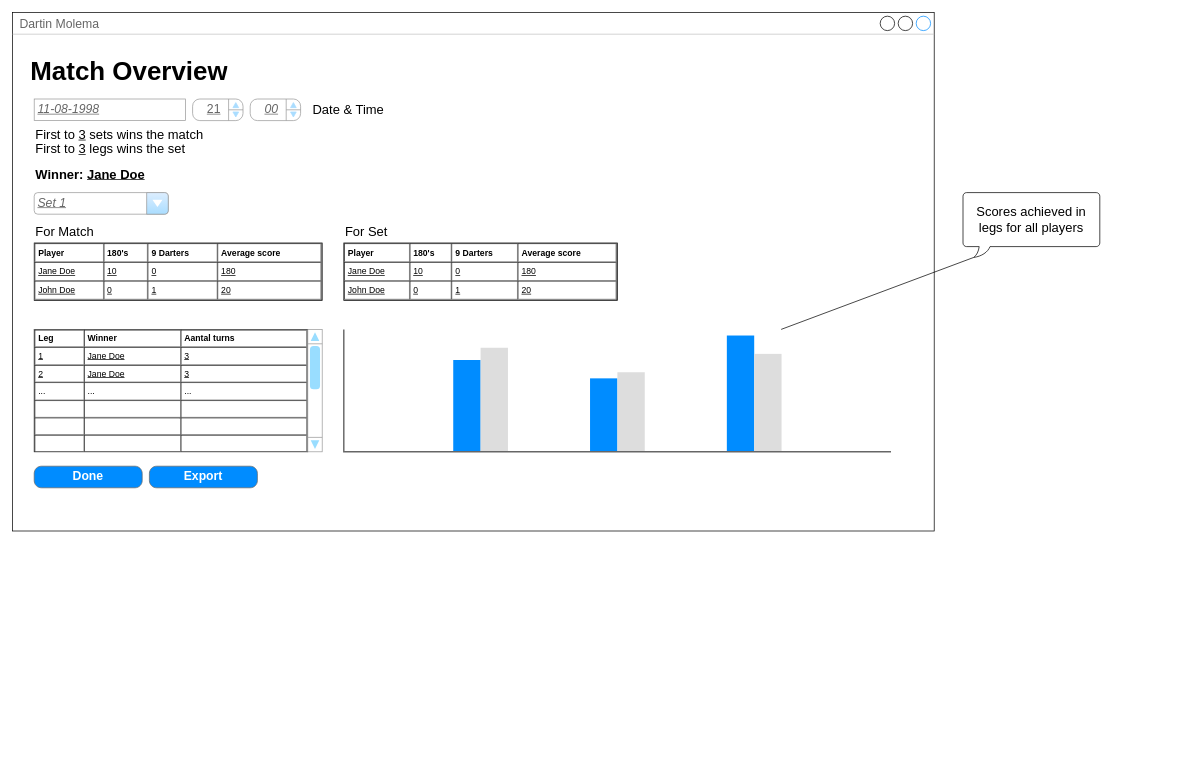
Before: page "Match Overview" (4 of 7) of Documentation/Wireframes/Wireframes.drawio in Keyslam/DartinMolema, a draw.io diagram. Source tidied: cells renumbered, new cells numbered last; positions are measured from the earlier drawing's top-left corner, leaving out a move shared by most shapes. Both pictures are drawn from the tidied source at 72%, with x=0, y=0 at pixel (12, 12).
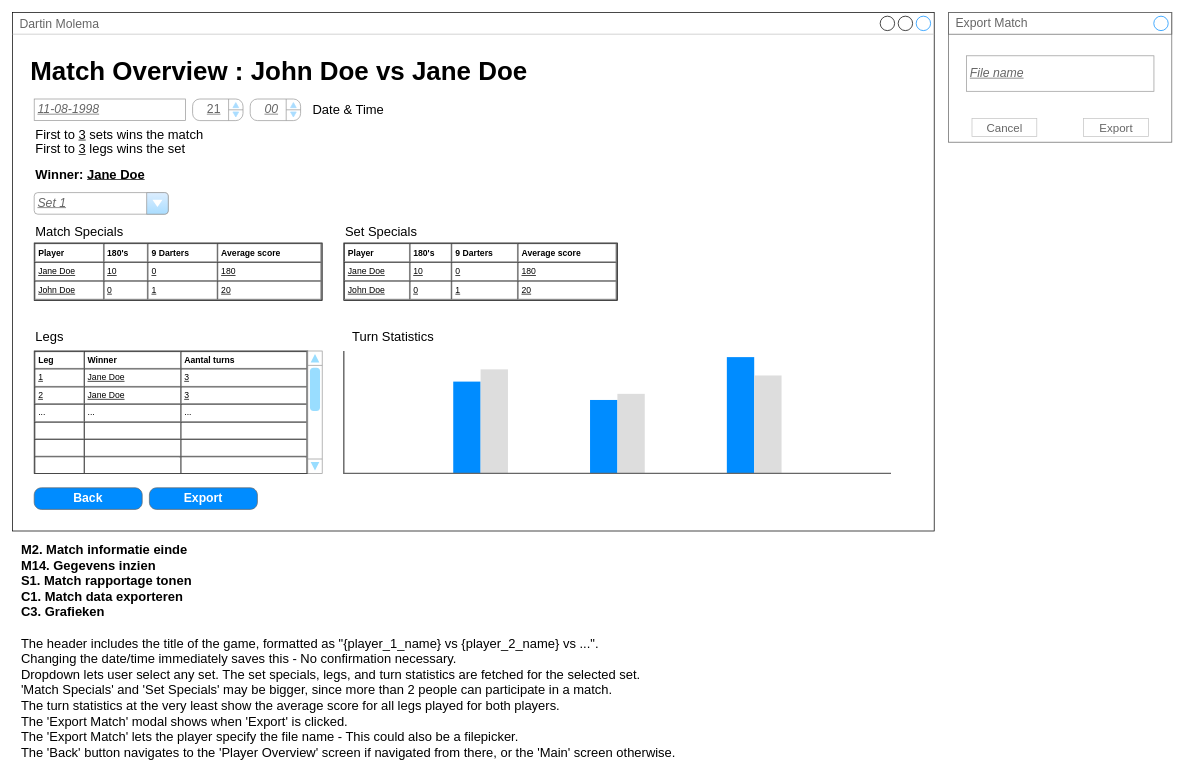
Above is the later version.

Change to the diagram source:
```diff
@@
-    <mxCell id="3" value="&lt;h1&gt;Match Overview&lt;/h1&gt;" style="text;html=1;strokeColor=none;fillColor=none;spacing=5;spacingTop=-20;whiteSpace=wrap;overflow=hidden;rounded=0;fontSize=18;verticalAlign=middle;" parent="1" vertex="1">
+    <mxCell id="3" value="&lt;h1&gt;Match Overview : John Doe vs Jane Doe&lt;/h1&gt;" style="text;html=1;strokeColor=none;fillColor=none;spacing=5;spacingTop=-20;whiteSpace=wrap;overflow=hidden;rounded=0;fontSize=18;verticalAlign=middle;" parent="1" vertex="1">
       <mxGeometry x="20" y="50" width="1240" height="70" as="geometry" />
     </mxCell>
-    <mxCell id="4" value="&lt;b&gt;&lt;br&gt;&lt;/b&gt;" style="text;html=1;strokeColor=none;fillColor=none;align=left;verticalAlign=top;whiteSpace=wrap;rounded=0;fontSize=18;" parent="1" vertex="1">
+    <mxCell id="4" value="&lt;b&gt;M2. Match informatie einde&lt;br&gt;M14. Gegevens inzien&lt;br&gt;S1. Match rapportage tonen&lt;br&gt;C1. Match data exporteren&lt;br&gt;C3. Grafieken&lt;br&gt;&lt;/b&gt;&lt;br&gt;The header includes the title of the game, formatted as &quot;{player_1_name} vs {player_2_name} vs ...&quot;.&lt;br&gt;Changing the date/time immediately saves this - No confirmation necessary.&lt;br&gt;Dropdown lets user select any set. The set specials, legs, and turn statistics are fetched for the selected set.&lt;br&gt;'Match Specials' and 'Set Specials' may be bigger, since more than 2 people can participate in a match.&lt;br&gt;The turn statistics at the very least show the average score for all legs played for both players.&lt;br&gt;The 'Export Match' modal shows when 'Export' is clicked.&lt;br&gt;The 'Export Match' lets the player specify the file name - This could also be a filepicker.&lt;br&gt;The 'Back' button navigates to the 'Player Overview' screen if navigated from there, or the 'Main' screen otherwise." style="text;html=1;strokeColor=none;fillColor=none;align=left;verticalAlign=top;whiteSpace=wrap;rounded=0;fontSize=18;" parent="1" vertex="1">
       <mxGeometry x="10" y="730" width="1240" height="270" as="geometry" />
     </mxCell>
@@
     <mxCell id="13" style="verticalLabelPosition=bottom;shadow=0;dashed=0;align=center;html=1;verticalAlign=top;strokeWidth=1;shape=mxgraph.mockup.graphics.columnChart;strokeColor=none;strokeColor2=none;strokeColor3=#666666;fillColor2=#008cff;fillColor3=#dddddd;fontFamily=Helvetica;fontSize=18;" parent="1" vertex="1">
-      <mxGeometry x="460" y="440" width="760" height="170" as="geometry" />
+      <mxGeometry x="460" y="470" width="760" height="170" as="geometry" />
     </mxCell>
@@
     <mxCell id="16" value="&lt;table cellpadding=&quot;4&quot; cellspacing=&quot;0&quot; border=&quot;1&quot; style=&quot;font-size: 1em ; width: 100% ; height: 100%&quot;&gt;&lt;tbody&gt;&lt;tr&gt;&lt;th&gt;Leg&lt;/th&gt;&lt;th&gt;Winner&lt;/th&gt;&lt;td&gt;&lt;b&gt;Aantal turns&lt;/b&gt;&lt;/td&gt;&lt;/tr&gt;&lt;tr&gt;&lt;td&gt;&lt;u&gt;1&lt;/u&gt;&lt;/td&gt;&lt;td&gt;&lt;u&gt;Jane Doe&lt;/u&gt;&lt;/td&gt;&lt;td&gt;&lt;u&gt;3&lt;/u&gt;&lt;/td&gt;&lt;/tr&gt;&lt;tr&gt;&lt;td&gt;&lt;u&gt;2&lt;/u&gt;&lt;/td&gt;&lt;td&gt;&lt;u&gt;Jane Doe&lt;/u&gt;&lt;/td&gt;&lt;td&gt;&lt;u&gt;3&lt;/u&gt;&lt;/td&gt;&lt;/tr&gt;&lt;tr&gt;&lt;td&gt;...&lt;/td&gt;&lt;td&gt;...&lt;/td&gt;&lt;td&gt;...&lt;/td&gt;&lt;/tr&gt;&lt;tr&gt;&lt;td&gt;&lt;br&gt;&lt;/td&gt;&lt;td&gt;&lt;br&gt;&lt;/td&gt;&lt;td&gt;&lt;br&gt;&lt;/td&gt;&lt;/tr&gt;&lt;tr&gt;&lt;td&gt;&lt;br&gt;&lt;/td&gt;&lt;td&gt;&lt;br&gt;&lt;/td&gt;&lt;td&gt;&lt;br&gt;&lt;/td&gt;&lt;/tr&gt;&lt;tr&gt;&lt;td&gt;&lt;br&gt;&lt;/td&gt;&lt;td&gt;&lt;br&gt;&lt;/td&gt;&lt;td&gt;&lt;br&gt;&lt;/td&gt;&lt;/tr&gt;&lt;/tbody&gt;&lt;/table&gt; " style="verticalAlign=top;align=left;overflow=fill;fontSize=12;fontFamily=Helvetica;html=1;" parent="1" vertex="1">
-      <mxGeometry x="30" y="440" width="380" height="170" as="geometry" />
+      <mxGeometry x="30" y="470" width="380" height="170" as="geometry" />
     </mxCell>
     <mxCell id="17" style="verticalLabelPosition=bottom;shadow=0;dashed=0;align=center;html=1;verticalAlign=top;strokeWidth=1;shape=mxgraph.mockup.navigation.scrollBar;strokeColor=#999999;barPos=95.446;fillColor2=#99ddff;strokeColor2=none;direction=north;fontSize=18;" parent="1" vertex="1">
-      <mxGeometry x="410" y="440" width="20" height="170" as="geometry" />
+      <mxGeometry x="410" y="470" width="20" height="170" as="geometry" />
     </mxCell>
-    <mxCell id="18" style="edgeStyle=none;html=1;exitX=0;exitY=0;exitDx=15;exitDy=90;exitPerimeter=0;fontFamily=Helvetica;fontSize=18;endArrow=none;endFill=0;" parent="1" edge="1" source="19" target="13">
-      <mxGeometry relative="1" as="geometry" />
-    </mxCell>
-    <mxCell id="19" value="Scores achieved in legs for all players" style="whiteSpace=wrap;html=1;shape=mxgraph.basic.roundRectCallout;dx=30;dy=15;size=5;boundedLbl=1;fontFamily=Helvetica;fontSize=18;" parent="1" vertex="1">
-      <mxGeometry x="1320" y="250" width="190" height="90" as="geometry" />
-    </mxCell>
@@
     <mxCell id="22" value="Export" style="strokeWidth=1;shadow=0;dashed=0;align=center;html=1;shape=mxgraph.mockup.buttons.button;strokeColor=#666666;fontColor=#ffffff;mainText=;buttonStyle=round;fontSize=17;fontStyle=1;fillColor=#008cff;whiteSpace=wrap;" parent="1" vertex="1">
-      <mxGeometry x="190" y="630" width="150" height="30" as="geometry" />
+      <mxGeometry x="190" y="660" width="150" height="30" as="geometry" />
     </mxCell>
-    <mxCell id="23" value="Done" style="strokeWidth=1;shadow=0;dashed=0;align=center;html=1;shape=mxgraph.mockup.buttons.button;strokeColor=#666666;fontColor=#ffffff;mainText=;buttonStyle=round;fontSize=17;fontStyle=1;fillColor=#008cff;whiteSpace=wrap;" parent="1" vertex="1">
-      <mxGeometry x="30" y="630" width="150" height="30" as="geometry" />
+    <mxCell id="23" value="Back" style="strokeWidth=1;shadow=0;dashed=0;align=center;html=1;shape=mxgraph.mockup.buttons.button;strokeColor=#666666;fontColor=#ffffff;mainText=;buttonStyle=round;fontSize=17;fontStyle=1;fillColor=#008cff;whiteSpace=wrap;" parent="1" vertex="1">
+      <mxGeometry x="30" y="660" width="150" height="30" as="geometry" />
     </mxCell>
-    <mxCell id="24" value="For Match" style="text;html=1;strokeColor=none;fillColor=none;align=left;verticalAlign=middle;whiteSpace=wrap;rounded=0;fontSize=18;" parent="1" vertex="1">
+    <mxCell id="24" value="Match Specials" style="text;html=1;strokeColor=none;fillColor=none;align=left;verticalAlign=middle;whiteSpace=wrap;rounded=0;fontSize=18;" parent="1" vertex="1">
       <mxGeometry x="30" y="295" width="250" height="20" as="geometry" />
     </mxCell>
-    <mxCell id="25" value="For Set" style="text;html=1;strokeColor=none;fillColor=none;align=left;verticalAlign=middle;whiteSpace=wrap;rounded=0;fontSize=18;" parent="1" vertex="1">
+    <mxCell id="25" value="Set Specials" style="text;html=1;strokeColor=none;fillColor=none;align=left;verticalAlign=middle;whiteSpace=wrap;rounded=0;fontSize=18;" parent="1" vertex="1">
       <mxGeometry x="460" y="295" width="250" height="20" as="geometry" />
     </mxCell>
+    <mxCell id="26" value="Legs&amp;nbsp;" style="text;html=1;strokeColor=none;fillColor=none;align=left;verticalAlign=middle;whiteSpace=wrap;rounded=0;fontSize=18;" parent="1" vertex="1">
+      <mxGeometry x="30" y="440" width="250" height="20" as="geometry" />
+    </mxCell>
+    <mxCell id="27" value="Turn Statistics" style="text;html=1;strokeColor=none;fillColor=none;align=left;verticalAlign=middle;whiteSpace=wrap;rounded=0;fontSize=18;" parent="1" vertex="1">
+      <mxGeometry x="470" y="440" width="250" height="20" as="geometry" />
+    </mxCell>
+    <mxCell id="28" style="strokeWidth=1;shadow=0;dashed=0;align=center;html=1;shape=mxgraph.mockup.containers.rrect;rSize=0;strokeColor=#666666;fontColor=#666666;fontSize=17;verticalAlign=top;whiteSpace=wrap;fillColor=#ffffff;spacingTop=32;" parent="1" vertex="1">
+      <mxGeometry x="1300" width="310" height="180" as="geometry" />
+    </mxCell>
+    <mxCell id="29" value="Export Match" style="strokeWidth=1;shadow=0;dashed=0;align=center;html=1;shape=mxgraph.mockup.containers.rrect;rSize=0;fontSize=17;fontColor=#666666;strokeColor=#666666;align=left;spacingLeft=8;fillColor=none;" parent="28" vertex="1">
+      <mxGeometry width="310" height="30" relative="1" as="geometry" />
+    </mxCell>
+    <mxCell id="30" style="shape=ellipse;strokeColor=#008cff;fillColor=none;html=1;fontSize=18;" parent="29" vertex="1">
+      <mxGeometry x="1" y="0.5" width="20" height="20" relative="1" as="geometry">
+        <mxPoint x="-25" y="-10" as="offset" />
+      </mxGeometry>
+    </mxCell>
+    <mxCell id="31" value="Cancel" style="strokeWidth=1;shadow=0;dashed=0;align=center;html=1;shape=mxgraph.mockup.containers.rrect;rSize=0;fontSize=16;fontColor=#666666;strokeColor=#c4c4c4;whiteSpace=wrap;fillColor=none;" parent="28" vertex="1">
+      <mxGeometry x="0.25" y="1" width="90" height="25" relative="1" as="geometry">
+        <mxPoint x="-45" y="-33" as="offset" />
+      </mxGeometry>
+    </mxCell>
+    <mxCell id="32" value="Export" style="strokeWidth=1;shadow=0;dashed=0;align=center;html=1;shape=mxgraph.mockup.containers.rrect;rSize=0;fontSize=16;fontColor=#666666;strokeColor=#c4c4c4;whiteSpace=wrap;fillColor=none;" parent="28" vertex="1">
+      <mxGeometry x="0.75" y="1" width="90" height="25" relative="1" as="geometry">
+        <mxPoint x="-45" y="-33" as="offset" />
+      </mxGeometry>
+    </mxCell>
+    <mxCell id="33" value="&lt;i&gt;&lt;u&gt;File name&lt;/u&gt;&lt;/i&gt;" style="strokeWidth=1;shadow=0;dashed=0;align=center;html=1;shape=mxgraph.mockup.forms.pwField;strokeColor=#999999;mainText=;align=left;fontColor=#666666;fontSize=17;spacingLeft=3;" parent="28" vertex="1">
+      <mxGeometry x="24.8" y="60" width="260.4" height="49.3" as="geometry" />
+    </mxCell>
```
